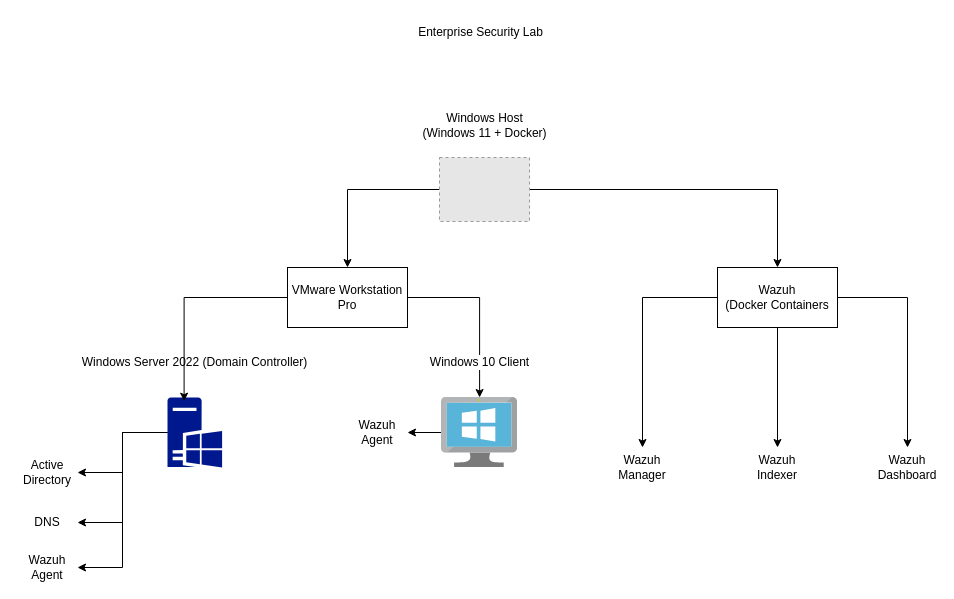
The draw.io diagram diagrams/architecture.drawio in KarZdy760/Enterprise-Security-Lab, before the edit. Source tidied: cells renumbered, new cells numbered last; positions are measured from the earlier drawing's top-left corner, leaving out a move shared by most shapes. Both pictures are drawn from the tidied source at 100%, with x=0, y=0 at pixel (17, 17). Pictures stored in the file or linked from it are replaced by grey dashed boxes.
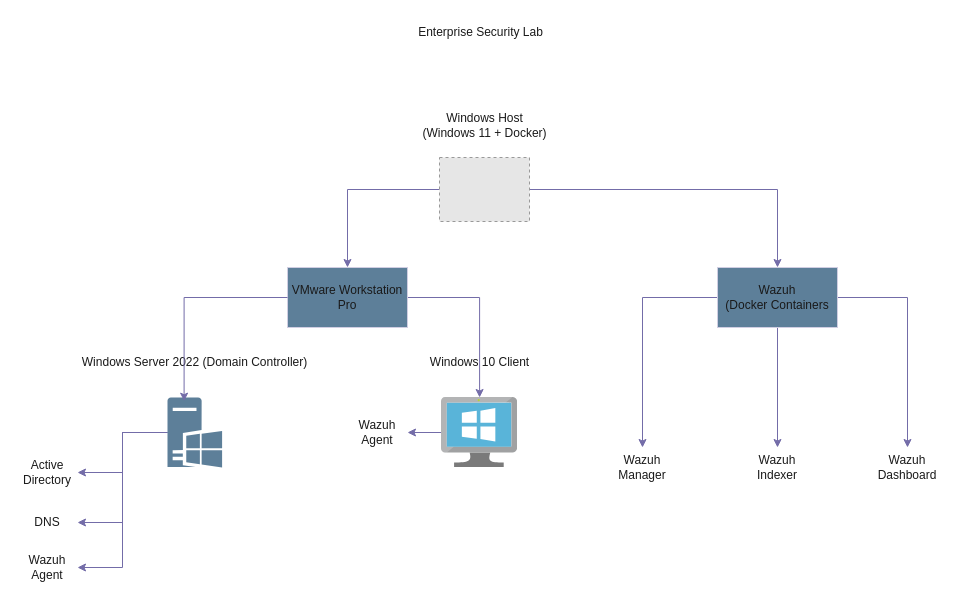
The same page after the edit.

Commit message (it also covers changes not shown here):
Update architecture diagrams

Diff of the diagram source:
```diff
@@
-    <mxCell id="2" value="Enterprise Security Lab" style="text;html=1;whiteSpace=wrap;strokeColor=none;fillColor=none;align=center;verticalAlign=middle;rounded=0;" parent="1" vertex="1">
+    <mxCell id="2" value="Enterprise Security Lab" style="text;html=1;whiteSpace=wrap;strokeColor=none;fillColor=none;align=center;verticalAlign=middle;rounded=0;labelBackgroundColor=none;fontColor=#1A1A1A;" parent="1" vertex="1">
       <mxGeometry x="390" width="147" height="30" as="geometry" />
     </mxCell>
-    <mxCell id="3" style="edgeStyle=orthogonalEdgeStyle;rounded=0;jettySize=auto;html=1;" parent="1" edge="1" source="4" target="21">
+    <mxCell id="3" style="edgeStyle=orthogonalEdgeStyle;rounded=0;jettySize=auto;html=1;labelBackgroundColor=none;strokeColor=#736CA8;fontColor=default;" parent="1" edge="1" source="4" target="21">
       <mxGeometry relative="1" as="geometry" />
     </mxCell>
-    <mxCell id="4" value="VMware Workstation Pro" style="rounded=0;whiteSpace=wrap;html=1;" parent="1" vertex="1">
+    <mxCell id="4" value="VMware Workstation Pro" style="rounded=0;whiteSpace=wrap;html=1;labelBackgroundColor=none;fillColor=#5D7F99;strokeColor=#D0CEE2;fontColor=#1A1A1A;" parent="1" vertex="1">
       <mxGeometry x="270" y="250" width="120" height="60" as="geometry" />
     </mxCell>
-    <mxCell id="5" style="edgeStyle=orthogonalEdgeStyle;rounded=0;jettySize=auto;html=1;exitX=0;exitY=0.5;exitDx=0;exitDy=0;" parent="1" edge="1" source="8" target="9">
+    <mxCell id="5" style="edgeStyle=orthogonalEdgeStyle;rounded=0;jettySize=auto;html=1;exitX=0;exitY=0.5;exitDx=0;exitDy=0;labelBackgroundColor=none;strokeColor=#736CA8;fontColor=default;" parent="1" edge="1" source="8" target="9">
       <mxGeometry relative="1" as="geometry" />
     </mxCell>
-    <mxCell id="6" style="edgeStyle=orthogonalEdgeStyle;rounded=0;jettySize=auto;html=1;entryX=0.5;entryY=0;entryDx=0;entryDy=0;" parent="1" edge="1" source="8" target="10">
+    <mxCell id="6" style="edgeStyle=orthogonalEdgeStyle;rounded=0;jettySize=auto;html=1;entryX=0.5;entryY=0;entryDx=0;entryDy=0;labelBackgroundColor=none;strokeColor=#736CA8;fontColor=default;" parent="1" edge="1" source="8" target="10">
       <mxGeometry relative="1" as="geometry" />
     </mxCell>
-    <mxCell id="7" style="edgeStyle=orthogonalEdgeStyle;rounded=0;jettySize=auto;html=1;exitX=1;exitY=0.5;exitDx=0;exitDy=0;entryX=0.5;entryY=0;entryDx=0;entryDy=0;" parent="1" edge="1" source="8" target="11">
+    <mxCell id="7" style="edgeStyle=orthogonalEdgeStyle;rounded=0;jettySize=auto;html=1;exitX=1;exitY=0.5;exitDx=0;exitDy=0;entryX=0.5;entryY=0;entryDx=0;entryDy=0;labelBackgroundColor=none;strokeColor=#736CA8;fontColor=default;" parent="1" edge="1" source="8" target="11">
       <mxGeometry relative="1" as="geometry" />
     </mxCell>
-    <mxCell id="8" value="Wazuh&lt;div&gt;(Docker Containers&lt;/div&gt;" style="rounded=0;whiteSpace=wrap;html=1;" parent="1" vertex="1">
+    <mxCell id="8" value="Wazuh&lt;div&gt;(Docker Containers&lt;/div&gt;" style="rounded=0;whiteSpace=wrap;html=1;labelBackgroundColor=none;fillColor=#5D7F99;strokeColor=#D0CEE2;fontColor=#1A1A1A;" parent="1" vertex="1">
       <mxGeometry x="700" y="250" width="120" height="60" as="geometry" />
     </mxCell>
-    <mxCell id="9" value="Wazuh&lt;div&gt;Manager&lt;/div&gt;" style="text;html=1;whiteSpace=wrap;strokeColor=none;fillColor=none;align=center;verticalAlign=middle;rounded=0;" parent="1" vertex="1">
+    <mxCell id="9" value="Wazuh&lt;div&gt;Manager&lt;/div&gt;" style="text;html=1;whiteSpace=wrap;strokeColor=none;fillColor=none;align=center;verticalAlign=middle;rounded=0;labelBackgroundColor=none;fontColor=#1A1A1A;" parent="1" vertex="1">
       <mxGeometry x="580" y="430" width="90" height="40" as="geometry" />
     </mxCell>
-    <mxCell id="10" value="Wazuh&lt;div&gt;Indexer&lt;/div&gt;" style="text;html=1;whiteSpace=wrap;strokeColor=none;fillColor=none;align=center;verticalAlign=middle;rounded=0;" parent="1" vertex="1">
+    <mxCell id="10" value="Wazuh&lt;div&gt;Indexer&lt;/div&gt;" style="text;html=1;whiteSpace=wrap;strokeColor=none;fillColor=none;align=center;verticalAlign=middle;rounded=0;labelBackgroundColor=none;fontColor=#1A1A1A;" parent="1" vertex="1">
       <mxGeometry x="730" y="430" width="60" height="40" as="geometry" />
     </mxCell>
-    <mxCell id="11" value="Wazuh&lt;div&gt;Dashboard&lt;/div&gt;" style="text;html=1;whiteSpace=wrap;strokeColor=none;fillColor=none;align=center;verticalAlign=middle;rounded=0;" parent="1" vertex="1">
+    <mxCell id="11" value="Wazuh&lt;div&gt;Dashboard&lt;/div&gt;" style="text;html=1;whiteSpace=wrap;strokeColor=none;fillColor=none;align=center;verticalAlign=middle;rounded=0;labelBackgroundColor=none;fontColor=#1A1A1A;" parent="1" vertex="1">
       <mxGeometry x="860" y="430" width="60" height="40" as="geometry" />
     </mxCell>
-    <mxCell id="12" style="edgeStyle=orthogonalEdgeStyle;rounded=0;jettySize=auto;html=1;exitX=0;exitY=0.5;exitDx=0;exitDy=0;" parent="1" edge="1" source="14" target="4">
+    <mxCell id="12" style="edgeStyle=orthogonalEdgeStyle;rounded=0;jettySize=auto;html=1;exitX=0;exitY=0.5;exitDx=0;exitDy=0;labelBackgroundColor=none;strokeColor=#736CA8;fontColor=default;" parent="1" edge="1" source="14" target="4">
       <mxGeometry relative="1" as="geometry" />
     </mxCell>
-    <mxCell id="13" style="edgeStyle=orthogonalEdgeStyle;rounded=0;jettySize=auto;html=1;" parent="1" edge="1" source="14" target="8">
+    <mxCell id="13" style="edgeStyle=orthogonalEdgeStyle;rounded=0;jettySize=auto;html=1;labelBackgroundColor=none;strokeColor=#736CA8;fontColor=default;" parent="1" edge="1" source="14" target="8">
       <mxGeometry relative="1" as="geometry" />
     </mxCell>
-    <mxCell id="14" value="Windows Host&lt;div&gt;(Windows 11 + Docker)&lt;/div&gt;" style="fillColor=#E6E6E6;strokeColor=#999999;dashed=1;html=1;verticalAlign=middle;verticalLabelPosition=top;labelBackgroundColor=#ffffff;labelPosition=center;align=center;" parent="1" vertex="1">
+    <mxCell id="14" value="Windows Host&lt;div&gt;(Windows 11 + Docker)&lt;/div&gt;" style="fillColor=#E6E6E6;strokeColor=#999999;dashed=1;html=1;verticalAlign=middle;verticalLabelPosition=top;labelBackgroundColor=none;labelPosition=center;align=center;fontColor=#1A1A1A;" parent="1" vertex="1">
       <mxGeometry x="422" y="140" width="90" height="64" as="geometry" />
     </mxCell>
-    <mxCell id="15" style="edgeStyle=orthogonalEdgeStyle;rounded=0;jettySize=auto;html=1;exitX=0;exitY=0.5;exitDx=0;exitDy=0;exitPerimeter=0;" parent="1" edge="1" source="18" target="22">
+    <mxCell id="15" style="edgeStyle=orthogonalEdgeStyle;rounded=0;jettySize=auto;html=1;exitX=0;exitY=0.5;exitDx=0;exitDy=0;exitPerimeter=0;labelBackgroundColor=none;strokeColor=#736CA8;fontColor=default;" parent="1" edge="1" source="18" target="22">
       <mxGeometry relative="1" as="geometry" />
     </mxCell>
-    <mxCell id="16" style="edgeStyle=orthogonalEdgeStyle;rounded=0;jettySize=auto;html=1;exitX=0;exitY=0.5;exitDx=0;exitDy=0;exitPerimeter=0;entryX=1;entryY=0.5;entryDx=0;entryDy=0;" parent="1" edge="1" source="18" target="23">
+    <mxCell id="16" style="edgeStyle=orthogonalEdgeStyle;rounded=0;jettySize=auto;html=1;exitX=0;exitY=0.5;exitDx=0;exitDy=0;exitPerimeter=0;entryX=1;entryY=0.5;entryDx=0;entryDy=0;labelBackgroundColor=none;strokeColor=#736CA8;fontColor=default;" parent="1" edge="1" source="18" target="23">
       <mxGeometry relative="1" as="geometry" />
     </mxCell>
-    <mxCell id="17" style="edgeStyle=orthogonalEdgeStyle;rounded=0;jettySize=auto;html=1;exitX=0;exitY=0.5;exitDx=0;exitDy=0;exitPerimeter=0;entryX=1;entryY=0.5;entryDx=0;entryDy=0;" parent="1" edge="1" source="18" target="24">
+    <mxCell id="17" style="edgeStyle=orthogonalEdgeStyle;rounded=0;jettySize=auto;html=1;exitX=0;exitY=0.5;exitDx=0;exitDy=0;exitPerimeter=0;entryX=1;entryY=0.5;entryDx=0;entryDy=0;labelBackgroundColor=none;strokeColor=#736CA8;fontColor=default;" parent="1" edge="1" source="18" target="24">
       <mxGeometry relative="1" as="geometry" />
     </mxCell>
-    <mxCell id="18" value="Windows Server 2022 (Domain Controller)" style="sketch=0;shadow=0;dashed=0;html=1;strokeColor=none;labelPosition=center;verticalLabelPosition=top;verticalAlign=middle;align=center;fillColor=#00188D;shape=mxgraph.mscae.enterprise.windows_server;" parent="1" vertex="1">
+    <mxCell id="18" value="Windows Server 2022 (Domain Controller)" style="sketch=0;shadow=0;dashed=0;html=1;strokeColor=none;labelPosition=center;verticalLabelPosition=top;verticalAlign=middle;align=center;fillColor=#5D7F99;shape=mxgraph.mscae.enterprise.windows_server;labelBackgroundColor=none;fontColor=#1A1A1A;" parent="1" vertex="1">
       <mxGeometry x="150" y="380" width="54.6" height="70" as="geometry" />
     </mxCell>
-    <mxCell id="19" style="edgeStyle=orthogonalEdgeStyle;rounded=0;jettySize=auto;html=1;exitX=0;exitY=0.5;exitDx=0;exitDy=0;entryX=0.304;entryY=0.053;entryDx=0;entryDy=0;entryPerimeter=0;" parent="1" edge="1" source="4" target="18">
+    <mxCell id="19" style="edgeStyle=orthogonalEdgeStyle;rounded=0;jettySize=auto;html=1;exitX=0;exitY=0.5;exitDx=0;exitDy=0;entryX=0.304;entryY=0.053;entryDx=0;entryDy=0;entryPerimeter=0;labelBackgroundColor=none;strokeColor=#736CA8;fontColor=default;" parent="1" edge="1" source="4" target="18">
       <mxGeometry relative="1" as="geometry" />
     </mxCell>
-    <mxCell id="20" style="edgeStyle=orthogonalEdgeStyle;rounded=0;jettySize=auto;html=1;" parent="1" edge="1" source="21" target="25">
+    <mxCell id="20" style="edgeStyle=orthogonalEdgeStyle;rounded=0;jettySize=auto;html=1;labelBackgroundColor=none;strokeColor=#736CA8;fontColor=default;" parent="1" edge="1" source="21" target="25">
       <mxGeometry relative="1" as="geometry" />
     </mxCell>
-    <mxCell id="21" value="Windows 10 Client" style="image;sketch=0;html=1;points=[];align=center;fontSize=12;image=img/lib/mscae/VirtualMachineWindows.svg;verticalAlign=middle;labelPosition=center;verticalLabelPosition=top;" parent="1" vertex="1">
+    <mxCell id="21" value="Windows 10 Client" style="image;sketch=0;html=1;points=[];align=center;fontSize=12;image=img/lib/mscae/VirtualMachineWindows.svg;verticalAlign=middle;labelPosition=center;verticalLabelPosition=top;labelBackgroundColor=none;fillColor=#5D7F99;strokeColor=#D0CEE2;fontColor=#1A1A1A;" parent="1" vertex="1">
       <mxGeometry x="424" y="380" width="76.1" height="70" as="geometry" />
     </mxCell>
-    <mxCell id="22" value="Active Directory" style="text;html=1;whiteSpace=wrap;strokeColor=none;fillColor=none;align=center;verticalAlign=middle;rounded=0;" parent="1" vertex="1">
+    <mxCell id="22" value="Active Directory" style="text;html=1;whiteSpace=wrap;strokeColor=none;fillColor=none;align=center;verticalAlign=middle;rounded=0;labelBackgroundColor=none;fontColor=#1A1A1A;" parent="1" vertex="1">
       <mxGeometry y="440" width="60" height="30" as="geometry" />
     </mxCell>
-    <mxCell id="23" value="DNS" style="text;html=1;whiteSpace=wrap;strokeColor=none;fillColor=none;align=center;verticalAlign=middle;rounded=0;" parent="1" vertex="1">
+    <mxCell id="23" value="DNS" style="text;html=1;whiteSpace=wrap;strokeColor=none;fillColor=none;align=center;verticalAlign=middle;rounded=0;labelBackgroundColor=none;fontColor=#1A1A1A;" parent="1" vertex="1">
       <mxGeometry y="490" width="60" height="30" as="geometry" />
     </mxCell>
-    <mxCell id="24" value="Wazuh Agent" style="text;html=1;whiteSpace=wrap;strokeColor=none;fillColor=none;align=center;verticalAlign=middle;rounded=0;" parent="1" vertex="1">
+    <mxCell id="24" value="Wazuh Agent" style="text;html=1;whiteSpace=wrap;strokeColor=none;fillColor=none;align=center;verticalAlign=middle;rounded=0;labelBackgroundColor=none;fontColor=#1A1A1A;" parent="1" vertex="1">
       <mxGeometry y="535" width="60" height="30" as="geometry" />
     </mxCell>
-    <mxCell id="25" value="Wazuh Agent" style="text;html=1;whiteSpace=wrap;strokeColor=none;fillColor=none;align=center;verticalAlign=middle;rounded=0;" parent="1" vertex="1">
+    <mxCell id="25" value="Wazuh Agent" style="text;html=1;whiteSpace=wrap;strokeColor=none;fillColor=none;align=center;verticalAlign=middle;rounded=0;labelBackgroundColor=none;fontColor=#1A1A1A;" parent="1" vertex="1">
       <mxGeometry x="330" y="400" width="60" height="30" as="geometry" />
     </mxCell>
```
